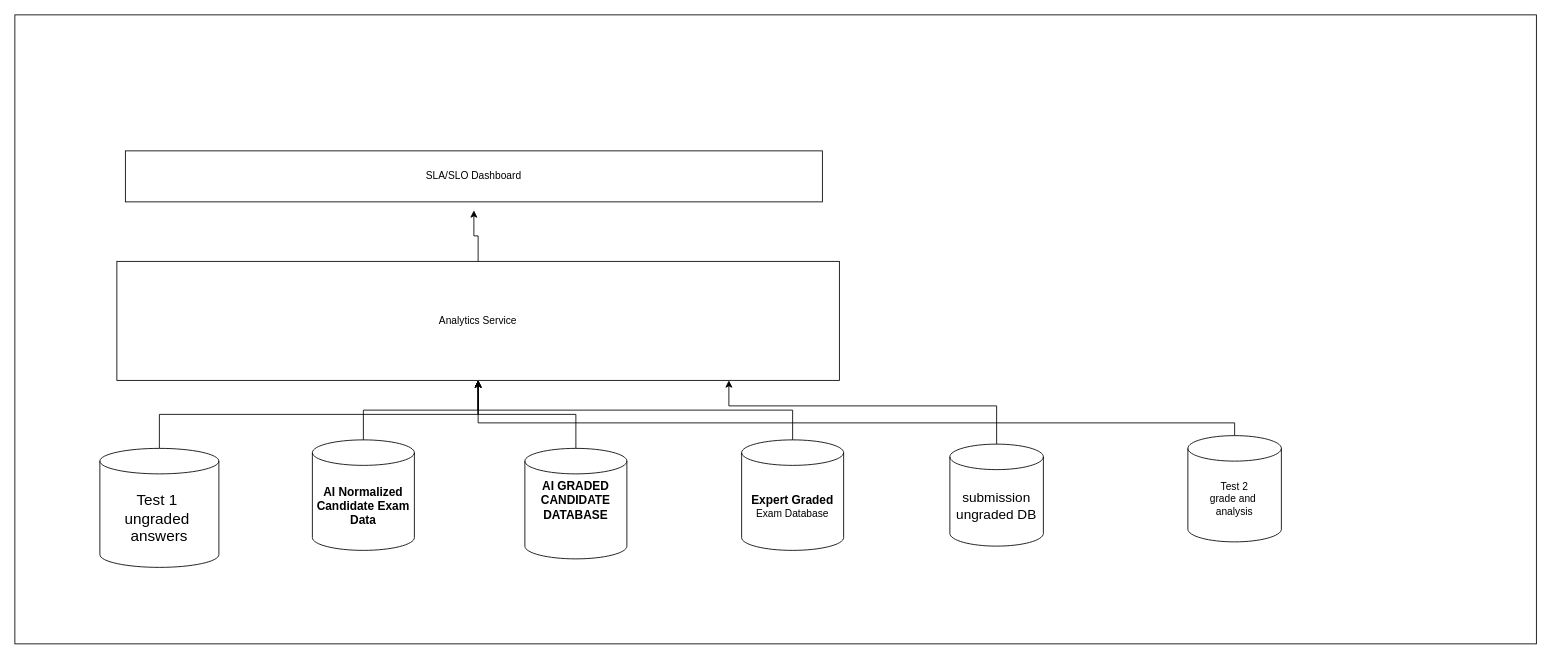
Earlier version of the draw.io diagram diagrams/admin-ai-dashboard.drawio (mmat1/skynet-ai-2025). Source tidied: cells renumbered, new cells numbered last; positions are measured from the earlier drawing's top-left corner, leaving out a move shared by most shapes. Both pictures are drawn from the tidied source at 85%, with x=0, y=0 at pixel (14, 14).
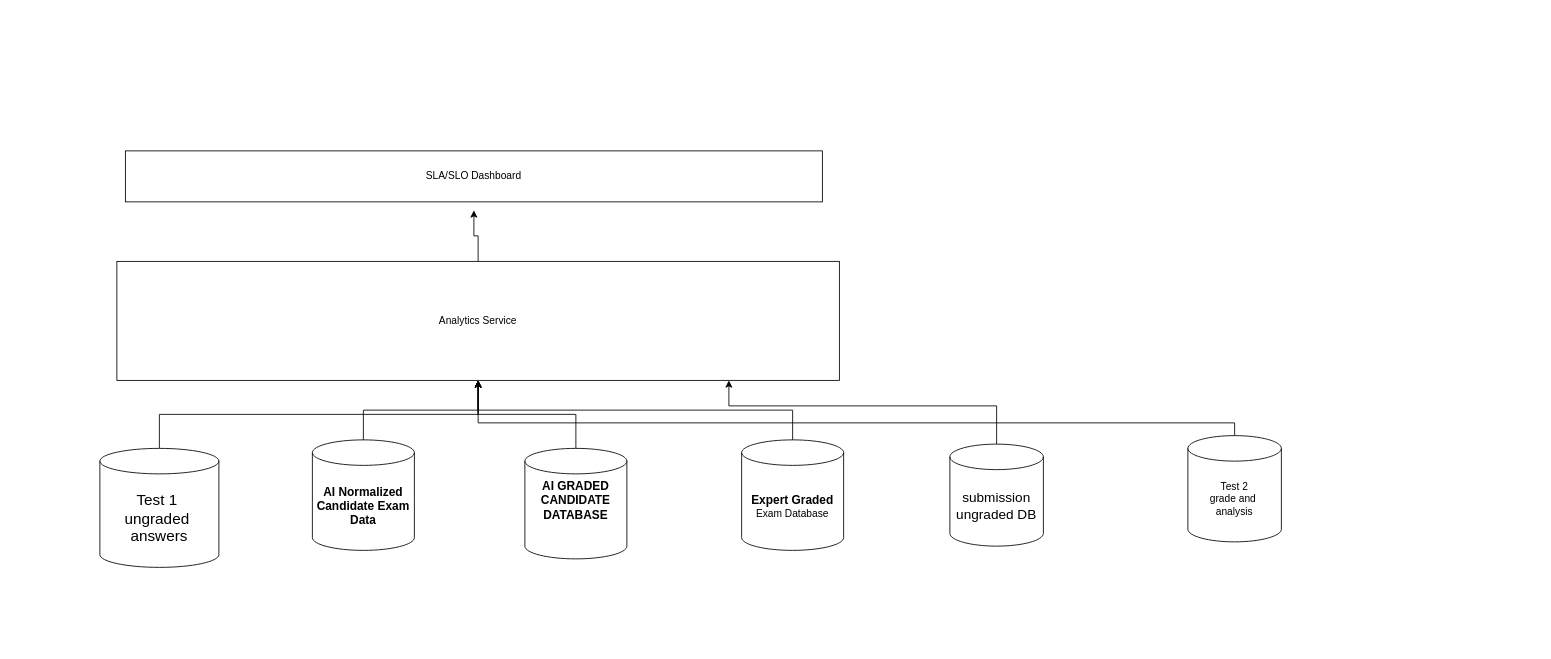
Above is the later version.

What changed in the source:
```diff
@@
-    <mxCell id="2" style="rounded=0;whiteSpace=wrap;html=1;" parent="1" vertex="1">
-      <mxGeometry width="1790" height="740" as="geometry" />
-    </mxCell>
```
